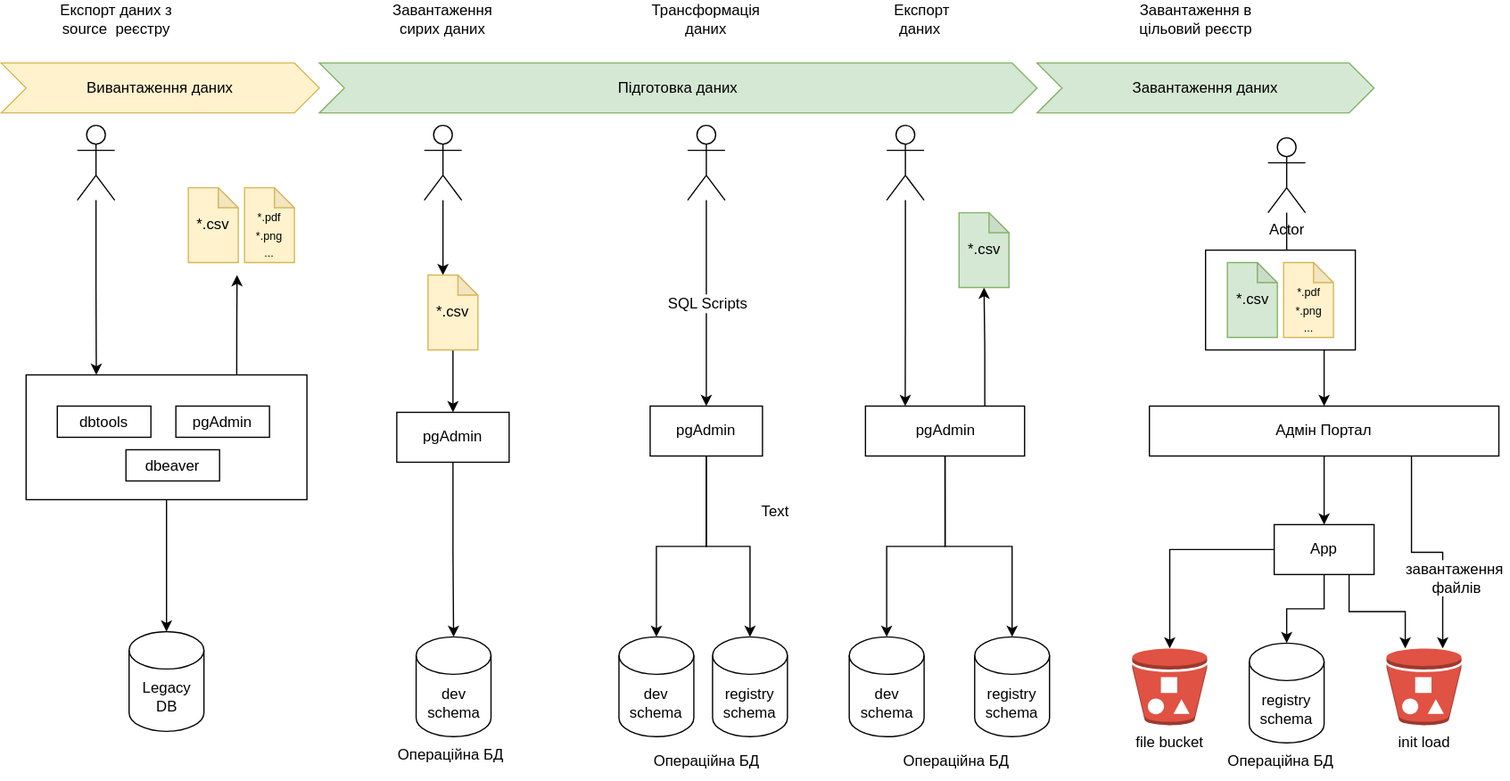
epam/edp-ddm-architecture keeps this draw.io diagram as docs/ua/modules/arch/images/architecture-workspace/platform-evolution/initial-load/load-phase.svg. Above is the earlier version. Source tidied: cells renumbered, new cells last; positions are measured from the earlier drawing's top-left corner, leaving out a move shared by most shapes.
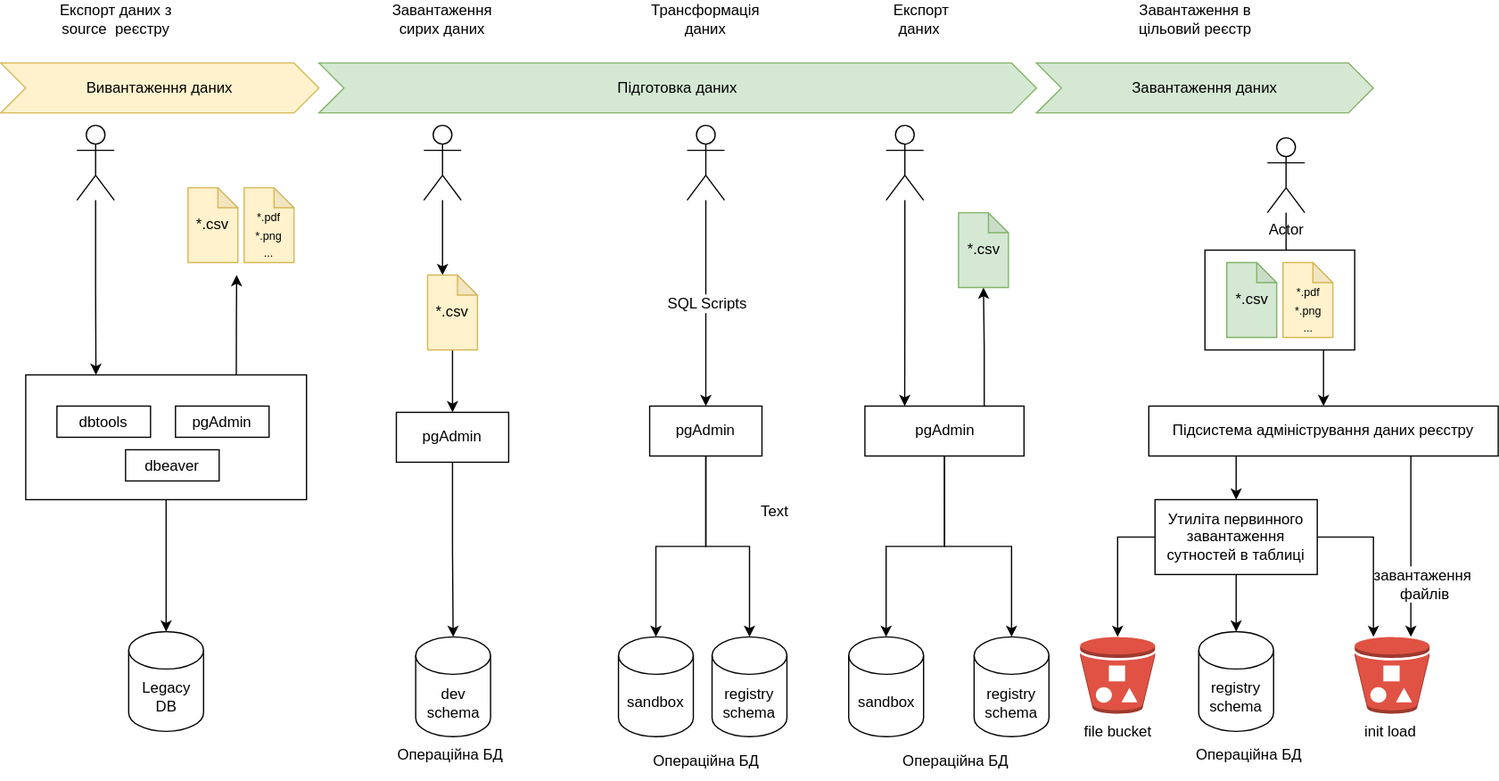
Above is the later version.

Change to the diagram source:
```diff
@@ -64,7 +64,7 @@
     <mxCell id="21" value="Трансформація даних" style="text;html=1;strokeColor=none;fillColor=none;align=center;verticalAlign=middle;whiteSpace=wrap;rounded=0;" parent="1" vertex="1">
       <mxGeometry x="535" width="60" height="30" as="geometry" />
     </mxCell>
-    <mxCell id="22" value="dev schema" style="shape=cylinder3;whiteSpace=wrap;html=1;boundedLbl=1;backgroundOutline=1;size=15;" parent="1" vertex="1">
+    <mxCell id="22" value="sandbox" style="shape=cylinder3;whiteSpace=wrap;html=1;boundedLbl=1;backgroundOutline=1;size=15;" parent="1" vertex="1">
       <mxGeometry x="495" y="510" width="60" height="80" as="geometry" />
     </mxCell>
     <mxCell id="23" style="shape=umlActor;verticalLabelPosition=bottom;verticalAlign=top;html=1;outlineConnect=0;" parent="1" vertex="1">
@@ -94,7 +94,7 @@
     <mxCell id="31" value="Експорт даних&amp;nbsp;" style="text;html=1;strokeColor=none;fillColor=none;align=center;verticalAlign=middle;whiteSpace=wrap;rounded=0;" parent="1" vertex="1">
       <mxGeometry x="707.5" width="60" height="30" as="geometry" />
     </mxCell>
-    <mxCell id="32" value="dev schema" style="shape=cylinder3;whiteSpace=wrap;html=1;boundedLbl=1;backgroundOutline=1;size=15;" parent="1" vertex="1">
+    <mxCell id="32" value="sandbox" style="shape=cylinder3;whiteSpace=wrap;html=1;boundedLbl=1;backgroundOutline=1;size=15;" parent="1" vertex="1">
       <mxGeometry x="679.5" y="510" width="60" height="80" as="geometry" />
     </mxCell>
     <mxCell id="33" style="shape=umlActor;verticalLabelPosition=bottom;verticalAlign=top;html=1;outlineConnect=0;" parent="1" vertex="1">
@@ -136,7 +136,7 @@
     <mxCell id="45" style="edgeStyle=orthogonalEdgeStyle;rounded=0;jettySize=auto;html=1;fontSize=12;entryX=0.5;entryY=0;entryDx=0;entryDy=0;" parent="1" edge="1" source="44" target="49">
       <mxGeometry relative="1" as="geometry" />
     </mxCell>
-    <mxCell id="46" style="edgeStyle=orthogonalEdgeStyle;rounded=0;jettySize=auto;html=1;exitX=0.5;exitY=1;exitDx=0;exitDy=0;fontSize=12;entryX=0.5;entryY=0;entryDx=0;entryDy=0;" parent="1" edge="1" source="49" target="61">
+    <mxCell id="46" style="edgeStyle=orthogonalEdgeStyle;rounded=0;jettySize=auto;html=1;exitX=0.25;exitY=1;exitDx=0;exitDy=0;fontSize=12;entryX=0.5;entryY=0;entryDx=0;entryDy=0;" parent="1" edge="1" source="49" target="61">
       <mxGeometry relative="1" as="geometry" />
     </mxCell>
     <mxCell id="47" style="edgeStyle=orthogonalEdgeStyle;rounded=0;jettySize=auto;html=1;exitX=0.75;exitY=1;exitDx=0;exitDy=0;entryX=0.75;entryY=0;entryDx=0;entryDy=0;entryPerimeter=0;fontSize=12;" parent="1" edge="1" source="49" target="57">
@@ -147,14 +147,14 @@
         <mxPoint x="11" y="17" as="offset" />
       </mxGeometry>
     </mxCell>
-    <mxCell id="49" value="Адмін Портал" style="rounded=0;whiteSpace=wrap;html=1;" parent="1" vertex="1">
+    <mxCell id="49" value="Підсистема адміністрування даних реєстру" style="rounded=0;whiteSpace=wrap;html=1;" parent="1" vertex="1">
       <mxGeometry x="920" y="325" width="280" height="40" as="geometry" />
     </mxCell>
     <mxCell id="50" value="&lt;span style=&quot;font-size: 12px;&quot;&gt;Операційна БД&lt;/span&gt;" style="text;html=1;align=center;verticalAlign=middle;strokeColor=none;fillColor=none;fontSize=9;" parent="1" vertex="1">
-      <mxGeometry x="970" y="595" width="110" height="30" as="geometry" />
+      <mxGeometry x="945" y="590" width="110" height="30" as="geometry" />
     </mxCell>
     <mxCell id="51" value="registry schema" style="shape=cylinder3;whiteSpace=wrap;html=1;boundedLbl=1;backgroundOutline=1;size=15;" parent="1" vertex="1">
-      <mxGeometry x="1000" y="515" width="60" height="80" as="geometry" />
+      <mxGeometry x="960" y="505.8" width="60" height="80" as="geometry" />
     </mxCell>
     <mxCell id="52" value="&lt;p&gt;*.csv&lt;/p&gt;" style="shape=note;whiteSpace=wrap;html=1;backgroundOutline=1;darkOpacity=0.05;size=16;align=center;fillColor=#d5e8d4;strokeColor=#82b366;" parent="1" vertex="1">
       <mxGeometry x="767.5" y="170" width="40" height="60" as="geometry" />
@@ -171,20 +171,20 @@
     <mxCell id="56" value="&lt;p&gt;*.csv&lt;/p&gt;" style="shape=note;whiteSpace=wrap;html=1;backgroundOutline=1;darkOpacity=0.05;size=16;align=center;fillColor=#d5e8d4;strokeColor=#82b366;" parent="53" vertex="1">
       <mxGeometry x="17.5" y="10" width="40" height="60" as="geometry" />
     </mxCell>
-    <mxCell id="57" value="init load" style="outlineConnect=0;dashed=0;verticalLabelPosition=bottom;verticalAlign=top;align=center;html=1;shape=mxgraph.aws3.bucket_with_objects;fillColor=#E05243;gradientColor=none;strokeColor=default;strokeWidth=1;fontSize=12;points=[[0,0.11,0,0,0],[0.07,0.5,0,0,0],[0.17,0.93,0,0,0],[0.25,0,0,0,0],[0.5,0,0,0,0],[0.5,1,0,0,0],[0.75,0,0,0,0],[0.83,0.93,0,0,0],[0.93,0.5,0,0,0],[1,0.11,0,0,0]];" parent="1" vertex="1">
-      <mxGeometry x="1110" y="519.2" width="60" height="61.5" as="geometry" />
+    <mxCell id="57" value="init load&amp;nbsp;" style="outlineConnect=0;dashed=0;verticalLabelPosition=bottom;verticalAlign=top;align=center;html=1;shape=mxgraph.aws3.bucket_with_objects;fillColor=#E05243;gradientColor=none;strokeColor=default;strokeWidth=1;fontSize=12;points=[[0,0.11,0,0,0],[0.07,0.5,0,0,0],[0.17,0.93,0,0,0],[0.25,0,0,0,0],[0.5,0,0,0,0],[0.5,1,0,0,0],[0.75,0,0,0,0],[0.83,0.93,0,0,0],[0.93,0.5,0,0,0],[1,0.11,0,0,0]];" parent="1" vertex="1">
+      <mxGeometry x="1085" y="510" width="60" height="61.5" as="geometry" />
     </mxCell>
     <mxCell id="58" style="edgeStyle=orthogonalEdgeStyle;rounded=0;jettySize=auto;html=1;exitX=0.5;exitY=1;exitDx=0;exitDy=0;entryX=0.5;entryY=0;entryDx=0;entryDy=0;entryPerimeter=0;fontSize=12;" parent="1" edge="1" source="61" target="51">
       <mxGeometry relative="1" as="geometry" />
     </mxCell>
-    <mxCell id="59" style="edgeStyle=orthogonalEdgeStyle;rounded=0;jettySize=auto;html=1;exitX=0.75;exitY=1;exitDx=0;exitDy=0;entryX=0.25;entryY=0;entryDx=0;entryDy=0;entryPerimeter=0;fontSize=12;" parent="1" edge="1" source="61" target="57">
+    <mxCell id="59" style="edgeStyle=orthogonalEdgeStyle;rounded=0;jettySize=auto;html=1;exitX=1;exitY=0.5;exitDx=0;exitDy=0;entryX=0.25;entryY=0;entryDx=0;entryDy=0;entryPerimeter=0;fontSize=12;" parent="1" edge="1" source="61" target="57">
       <mxGeometry relative="1" as="geometry" />
     </mxCell>
     <mxCell id="60" style="edgeStyle=orthogonalEdgeStyle;rounded=0;jettySize=auto;html=1;exitX=0;exitY=0.5;exitDx=0;exitDy=0;fontSize=12;" parent="1" edge="1" source="61" target="65">
       <mxGeometry relative="1" as="geometry" />
     </mxCell>
-    <mxCell id="61" value="App" style="rounded=0;whiteSpace=wrap;html=1;strokeColor=default;strokeWidth=1;fontSize=12;fillColor=none;" parent="1" vertex="1">
-      <mxGeometry x="1020" y="420" width="80" height="40" as="geometry" />
+    <mxCell id="61" value="Утиліта первинного завантаження сутностей в таблиці" style="rounded=0;whiteSpace=wrap;html=1;strokeColor=default;strokeWidth=1;fontSize=12;fillColor=none;" parent="1" vertex="1">
+      <mxGeometry x="925" y="400" width="130" height="60" as="geometry" />
     </mxCell>
     <mxCell id="62" value="Вивантаження даних" style="shape=step;perimeter=stepPerimeter;whiteSpace=wrap;html=1;fixedSize=1;strokeColor=#d6b656;strokeWidth=1;fontSize=12;fillColor=#fff2cc;" parent="1" vertex="1">
       <mxGeometry y="50" width="255" height="40" as="geometry" />
@@ -196,7 +196,7 @@
       <mxGeometry x="830" y="50" width="270" height="40" as="geometry" />
     </mxCell>
     <mxCell id="65" value="file bucket" style="outlineConnect=0;dashed=0;verticalLabelPosition=bottom;verticalAlign=top;align=center;html=1;shape=mxgraph.aws3.bucket_with_objects;fillColor=#E05243;gradientColor=none;strokeColor=default;strokeWidth=1;fontSize=12;points=[[0,0.11,0,0,0],[0.07,0.5,0,0,0],[0.17,0.93,0,0,0],[0.25,0,0,0,0],[0.5,0,0,0,0],[0.5,1,0,0,0],[0.75,0,0,0,0],[0.83,0.93,0,0,0],[0.93,0.5,0,0,0],[1,0.11,0,0,0]];" parent="1" vertex="1">
-      <mxGeometry x="906.2" y="519.2" width="60" height="61.5" as="geometry" />
+      <mxGeometry x="865" y="510" width="60" height="61.5" as="geometry" />
     </mxCell>
     <mxCell id="66" value="Text" style="text;html=1;align=center;verticalAlign=middle;fillColor=none;strokeColor=none;rounded=0;" parent="1" vertex="1">
       <mxGeometry x="595" y="395" width="50" height="30" as="geometry" />
```
